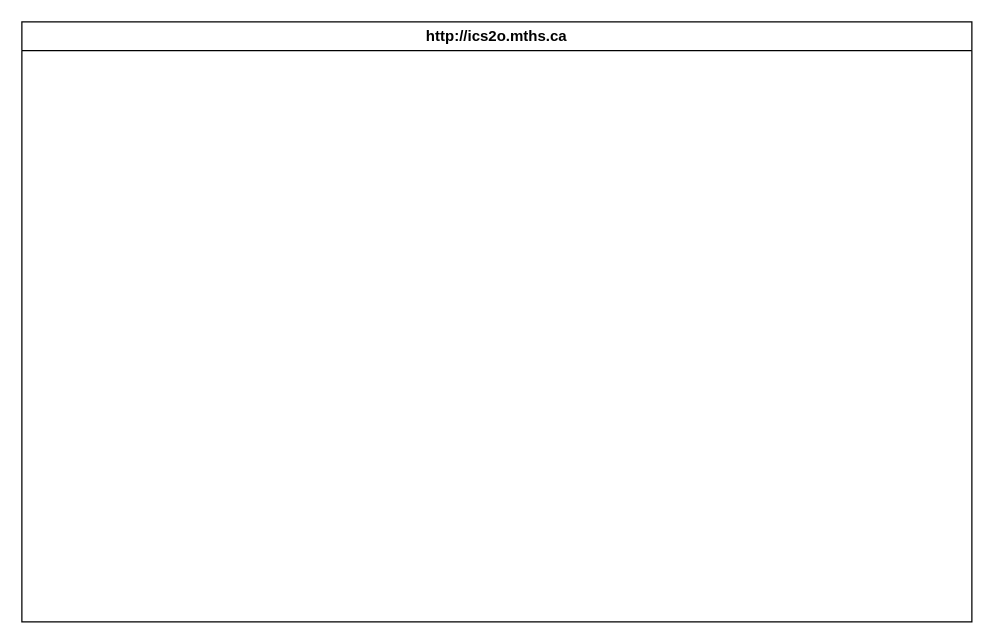
Above: design/storyboard.drawio in MTHS-ICD2O-1-2023/ICD2O-Unit-5-07-hai-tran-2 (draw.io), before the change. Source tidied: cells renumbered, new cells numbered last; positions are measured from the earlier drawing's top-left corner, leaving out a move shared by most shapes. Both pictures are drawn from the tidied source at 125%, with x=0, y=0 at pixel (21, 21).
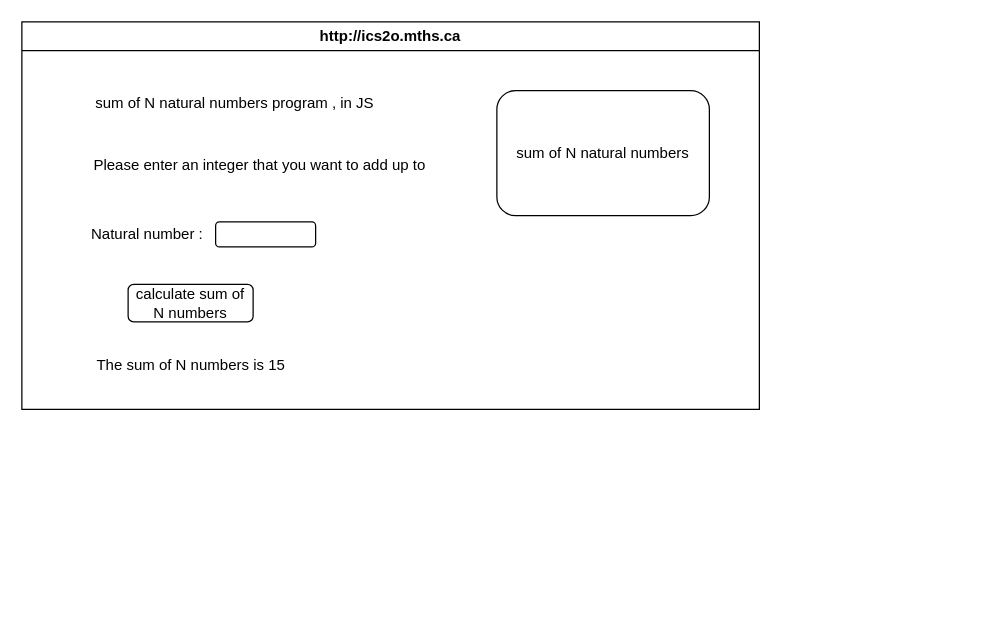
The same diagram, later.

Commit message (it also covers changes not shown here):
add storyboard and flowchart

Diff of the diagram source:
```diff
@@
 <mxGraphModel>
   <root>
     <mxCell id="0" />
     <mxCell id="1" parent="0" />
     <mxCell id="2" value="http://ics2o.mths.ca" style="swimlane;whiteSpace=wrap;html=1;" parent="1" vertex="1">
-      <mxGeometry width="760" height="480" as="geometry" />
+      <mxGeometry width="590" height="310" as="geometry" />
     </mxCell>
+    <mxCell id="3" value="sum of N natural numbers program , in JS" style="text;html=1;align=center;verticalAlign=middle;strokeColor=none;fillColor=none;" parent="2" vertex="1">
+      <mxGeometry x="45" y="50" width="250" height="30" as="geometry" />
+    </mxCell>
+    <mxCell id="4" value="Please enter an integer that you want to add up to" style="text;html=1;align=center;verticalAlign=middle;strokeColor=none;fillColor=none;" parent="2" vertex="1">
+      <mxGeometry x="45" y="100" width="290" height="30" as="geometry" />
+    </mxCell>
+    <mxCell id="5" value="Natural number :" style="text;html=1;align=center;verticalAlign=middle;strokeColor=none;fillColor=none;" parent="2" vertex="1">
+      <mxGeometry x="45" y="155" width="110" height="30" as="geometry" />
+    </mxCell>
+    <mxCell id="6" style="rounded=1;whiteSpace=wrap;html=1;" parent="2" vertex="1">
+      <mxGeometry x="155" y="160" width="80" height="20" as="geometry" />
+    </mxCell>
+    <mxCell id="7" value="sum of N natural numbers" style="rounded=1;whiteSpace=wrap;html=1;" parent="2" vertex="1">
+      <mxGeometry x="380" y="55" width="170" height="100" as="geometry" />
+    </mxCell>
+    <mxCell id="8" value="calculate sum of N numbers" style="rounded=1;whiteSpace=wrap;html=1;" parent="2" vertex="1">
+      <mxGeometry x="85" y="210" width="100" height="30" as="geometry" />
+    </mxCell>
+    <mxCell id="9" value="The sum of N numbers is 15" style="text;html=1;align=center;verticalAlign=middle;strokeColor=none;fillColor=none;" parent="2" vertex="1">
+      <mxGeometry x="45" y="260" width="180" height="30" as="geometry" />
+    </mxCell>
   </root>
 </mxGraphModel>
```
